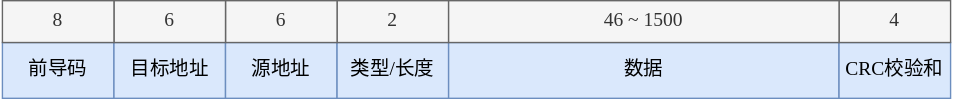
This is docs/14 网络协议/images/ethernet_farme.svg from StevenBaby/onix, a draw.io export, as it was before one commit. Source tidied: cells renumbered, new cells last; positions are measured from the earlier drawing's top-left corner, leaving out a move shared by most shapes.
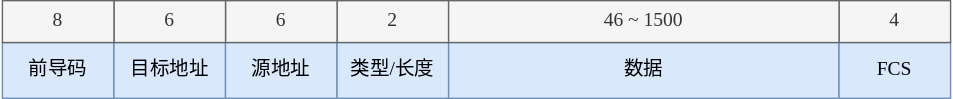
After the commit.

The edit, as a diff of the source:
```diff
@@ -17,7 +17,7 @@
     <mxCell id="6" value="数据" style="rounded=0;whiteSpace=wrap;html=1;fillColor=#dae8fc;strokeColor=#6c8ebf;fontSize=14;fontFamily=dengxian;" parent="1" vertex="1">
       <mxGeometry x="320" y="30" width="280" height="40" as="geometry" />
     </mxCell>
-    <mxCell id="7" value="CRC校验和" style="rounded=0;whiteSpace=wrap;html=1;fillColor=#dae8fc;strokeColor=#6c8ebf;fontSize=14;fontFamily=dengxian;" parent="1" vertex="1">
+    <mxCell id="7" value="FCS" style="rounded=0;whiteSpace=wrap;html=1;fillColor=#dae8fc;strokeColor=#6c8ebf;fontSize=14;fontFamily=dengxian;" parent="1" vertex="1">
       <mxGeometry x="600" y="30" width="80" height="40" as="geometry" />
     </mxCell>
     <mxCell id="8" value="4" style="rounded=0;whiteSpace=wrap;html=1;fillColor=#f5f5f5;strokeColor=#666666;fontSize=14;fontFamily=dengxian;fontColor=#333333;" parent="1" vertex="1">
```
